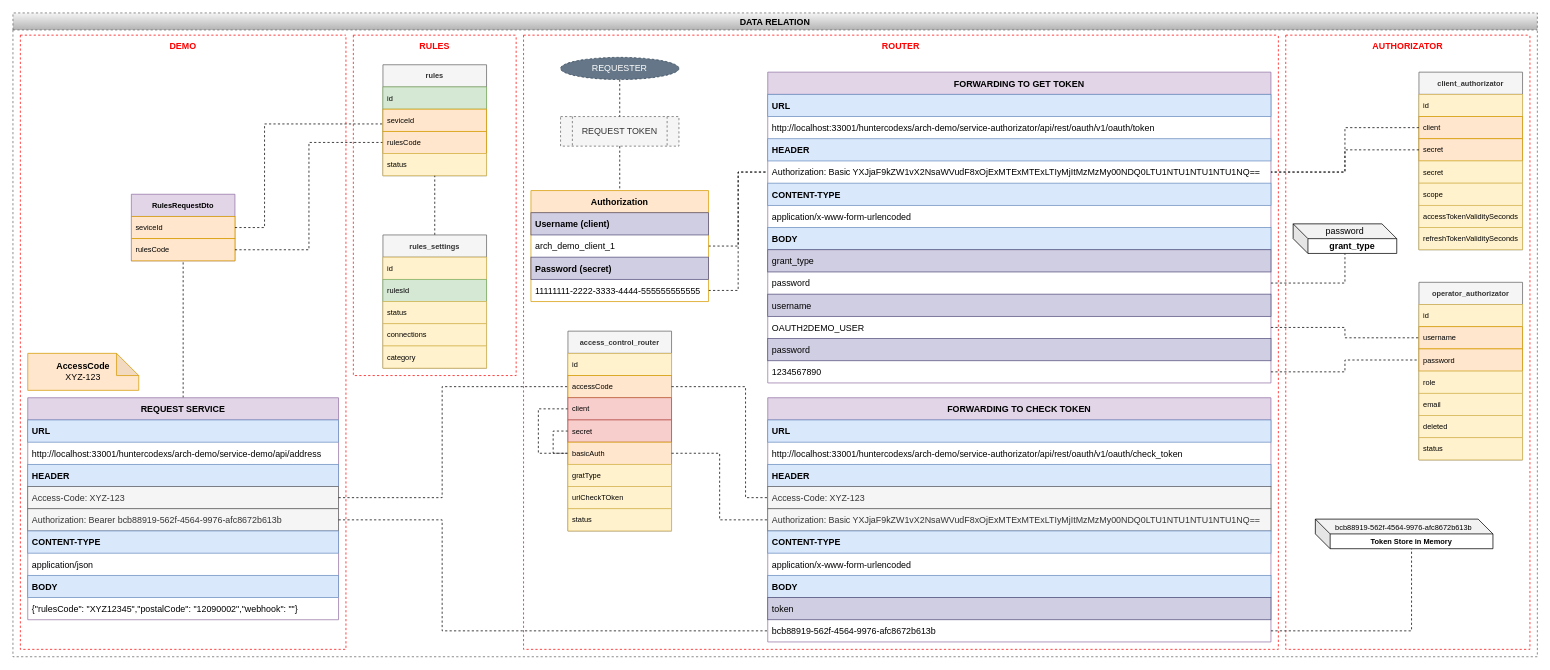
This is page "Data Relation" (2 of 9) of diagram/Microservices-Architecure-Demo.drawio from huntercodexs/arch-demo, a draw.io file, before an edit. Source tidied: cells renumbered, new cells numbered last; positions are measured from the earlier drawing's top-left corner, leaving out a move shared by most shapes. Both pictures are drawn from the tidied source at 74%, with x=0, y=0 at pixel (13, 13).
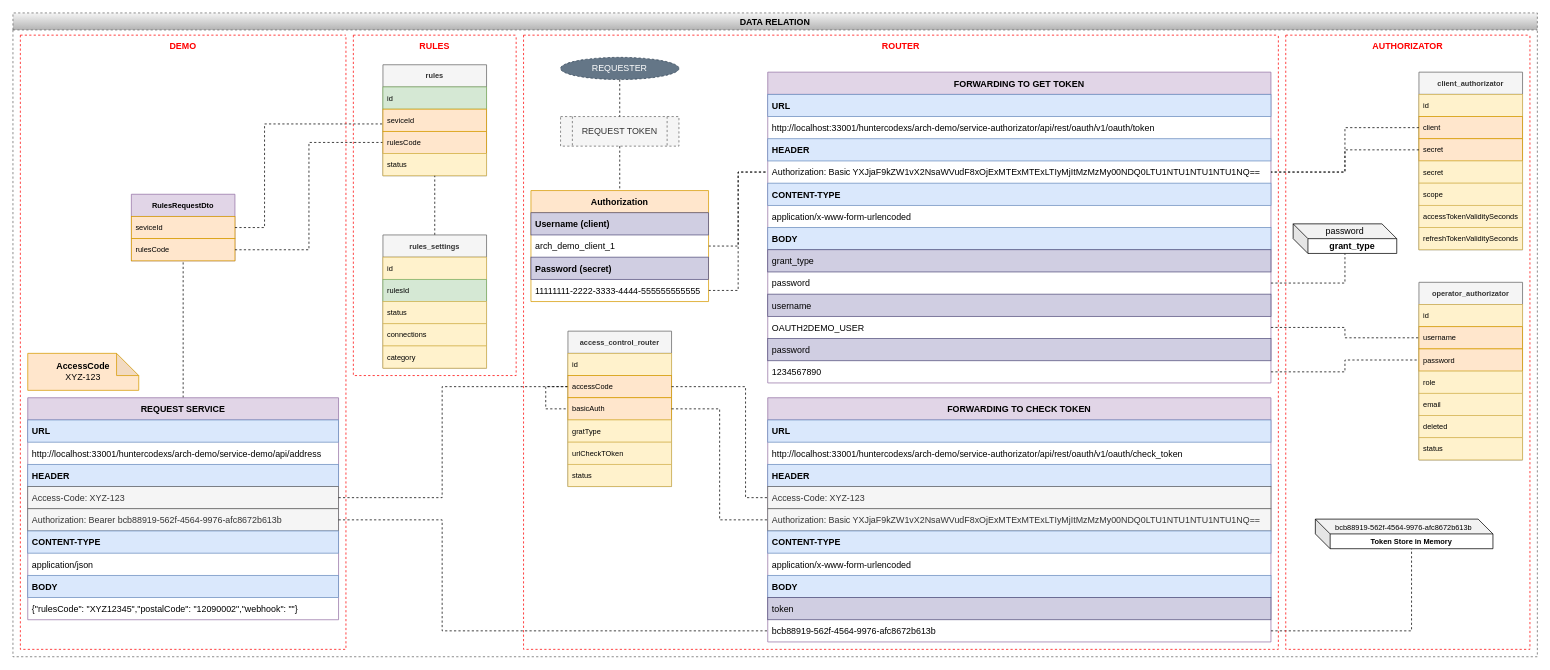
Above is the later version.

Unchanged cells that the change refers to:
```xml
<mxCell id="77" value="&#10;&#10;ROUTER" style="swimlane;startSize=0;strokeColor=#FF0000;dashed=1;fontColor=#FF0000;" parent="2" vertex="1">
  <mxGeometry x="690" y="30" width="1020" height="830" as="geometry" />
</mxCell>
<mxCell id="80" value="accessCode" style="text;strokeColor=#d79b00;fillColor=#ffe6cc;align=left;verticalAlign=middle;spacingLeft=4;spacingRight=4;overflow=hidden;points=[[0,0.5],[1,0.5]];portConstraint=eastwest;fontSize=10;" parent="78" vertex="1">
  <mxGeometry y="60" width="140" height="30" as="geometry" />
</mxCell>
```

The edit, as a diff of the source:
```diff
@@
     <mxCell id="78" value="access_control_router" style="swimlane;fontStyle=1;horizontal=1;startSize=30;fontSize=10;fontColor=#333333;fillColor=#f5f5f5;strokeColor=#666666;rounded=0;glass=0;swimlaneLine=1;" parent="77" vertex="1">
-      <mxGeometry x="60" y="400" width="140" height="270" as="geometry" />
+      <mxGeometry x="60" y="400" width="140" height="210" as="geometry" />
     </mxCell>
@@
+    <mxCell id="115" style="edgeStyle=orthogonalEdgeStyle;rounded=0;jettySize=auto;html=1;entryX=0;entryY=0.5;entryDx=0;entryDy=0;exitX=0;exitY=0.5;exitDx=0;exitDy=0;dashed=1;endArrow=none;endFill=0;" parent="78" edge="1" source="80" target="85">
+      <mxGeometry relative="1" as="geometry">
+        <Array as="points">
+          <mxPoint x="-30" y="75" />
+          <mxPoint x="-30" y="105" />
+        </Array>
+      </mxGeometry>
+    </mxCell>
@@
-    <mxCell id="81" style="edgeStyle=orthogonalEdgeStyle;rounded=0;jettySize=auto;html=1;entryX=0;entryY=0.5;entryDx=0;entryDy=0;dashed=1;endArrow=none;endFill=0;" parent="78" edge="1" source="82" target="85">
-      <mxGeometry relative="1" as="geometry">
-        <Array as="points">
-          <mxPoint x="-40" y="105" />
-          <mxPoint x="-40" y="165" />
-        </Array>
-      </mxGeometry>
-    </mxCell>
-    <mxCell id="82" value="client" style="text;align=left;verticalAlign=middle;spacingLeft=4;spacingRight=4;overflow=hidden;points=[[0,0.5],[1,0.5]];portConstraint=eastwest;fontSize=10;fillColor=#f8cecc;strokeColor=#b85450;" parent="78" vertex="1">
-      <mxGeometry y="90" width="140" height="30" as="geometry" />
-    </mxCell>
-    <mxCell id="83" style="edgeStyle=orthogonalEdgeStyle;rounded=0;jettySize=auto;html=1;entryX=0;entryY=0.5;entryDx=0;entryDy=0;dashed=1;endArrow=none;endFill=0;" parent="78" edge="1" source="84" target="85">
-      <mxGeometry relative="1" as="geometry">
-        <Array as="points">
-          <mxPoint x="-20" y="135" />
-          <mxPoint x="-20" y="165" />
-        </Array>
-      </mxGeometry>
-    </mxCell>
-    <mxCell id="84" value="secret" style="text;align=left;verticalAlign=middle;spacingLeft=4;spacingRight=4;overflow=hidden;points=[[0,0.5],[1,0.5]];portConstraint=eastwest;fontSize=10;fillColor=#f8cecc;strokeColor=#b85450;" parent="78" vertex="1">
-      <mxGeometry y="120" width="140" height="30" as="geometry" />
-    </mxCell>
     <mxCell id="85" value="basicAuth" style="text;align=left;verticalAlign=middle;spacingLeft=4;spacingRight=4;overflow=hidden;points=[[0,0.5],[1,0.5]];portConstraint=eastwest;fontSize=10;fillColor=#ffe6cc;strokeColor=#d79b00;" parent="78" vertex="1">
-      <mxGeometry y="150" width="140" height="30" as="geometry" />
+      <mxGeometry y="90" width="140" height="30" as="geometry" />
     </mxCell>
     <mxCell id="86" value="gratType" style="text;strokeColor=#d6b656;fillColor=#fff2cc;align=left;verticalAlign=middle;spacingLeft=4;spacingRight=4;overflow=hidden;fontSize=10;" parent="78" vertex="1">
-      <mxGeometry y="180" width="140" height="30" as="geometry" />
+      <mxGeometry y="120" width="140" height="30" as="geometry" />
     </mxCell>
     <mxCell id="87" value="urlCheckTOken" style="text;align=left;verticalAlign=middle;spacingLeft=4;spacingRight=4;overflow=hidden;fontSize=10;fillColor=#fff2cc;strokeColor=#d6b656;" parent="78" vertex="1">
-      <mxGeometry y="210" width="140" height="30" as="geometry" />
+      <mxGeometry y="150" width="140" height="30" as="geometry" />
     </mxCell>
     <mxCell id="88" value="status" style="text;strokeColor=#d6b656;fillColor=#fff2cc;align=left;verticalAlign=middle;spacingLeft=4;spacingRight=4;overflow=hidden;fontSize=10;" parent="78" vertex="1">
-      <mxGeometry y="240" width="140" height="30" as="geometry" />
+      <mxGeometry y="180" width="140" height="30" as="geometry" />
     </mxCell>
```
